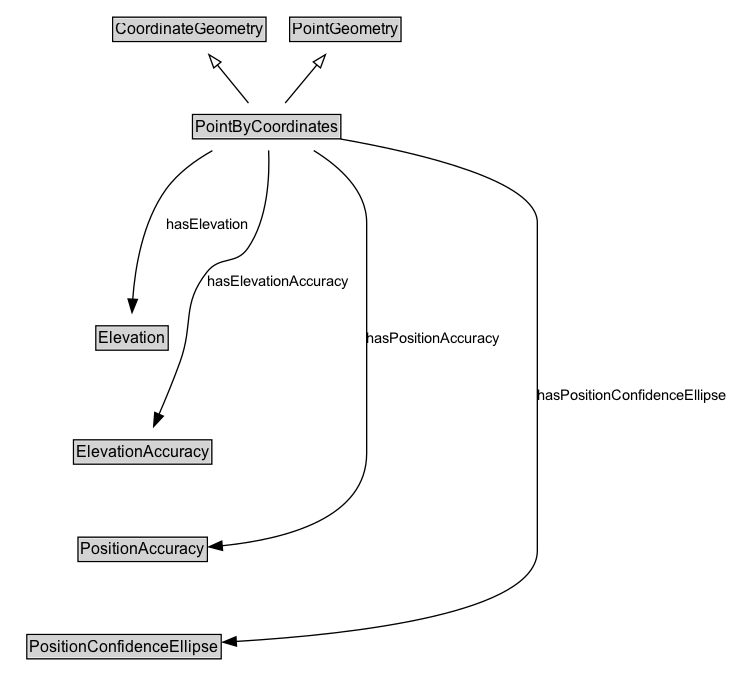
Above: docs/diagrams/PointByCoordinates.dot.png in ISO-TC204/ontology-its-location-v1 (Graphviz), before the change. Its source is kept beside it as docs/diagrams/PointByCoordinates.dot. Source of this version:
```dot
digraph {
	graph [overlap=false rankdir=TB splines=true]
	node [fontname=Arial fontsize=12 margin=0 shape=none]
	edge [fontname=Arial fontsize=11]
	{
		rank=source
		CoordinateGeometry [label=<<TABLE BORDER="1" CELLBORDER="0" CELLSPACING="0" CELLPADDING="1"><TR><TD BGCOLOR="lightgray" ALIGN="CENTER">CoordinateGeometry</TD></TR></TABLE>> URL="../CoordinateGeometry" margin=0]
		PointGeometry [label=<<TABLE BORDER="1" CELLBORDER="0" CELLSPACING="0" CELLPADDING="1"><TR><TD BGCOLOR="lightgray" ALIGN="CENTER">PointGeometry</TD></TR></TABLE>> URL="../PointGeometry" margin=0]
	}
	PointByCoordinates [label=<<TABLE BORDER="1" CELLBORDER="0" CELLSPACING="0" CELLPADDING="1"><TR><TD BGCOLOR="lightgray" ALIGN="CENTER">PointByCoordinates</TD></TR></TABLE>> URL="../PointByCoordinates" margin=0]
	{
		rank=max
	}
	subgraph cluster_associated {
		label="" style=invis
		Invis [label=<<TABLE BORDER="0" CELLBORDER="0" CELLSPACING="0" CELLPADDING="1"><TR><TD></TD></TR></TABLE>> margin=0 style=invis]
		Elevation [label=<<TABLE BORDER="1" CELLBORDER="0" CELLSPACING="0" CELLPADDING="1"><TR><TD BGCOLOR="lightgray" ALIGN="CENTER">Elevation</TD></TR></TABLE>> URL="../Elevation" margin=0]
		ElevationAccuracy [label=<<TABLE BORDER="1" CELLBORDER="0" CELLSPACING="0" CELLPADDING="1"><TR><TD BGCOLOR="lightgray" ALIGN="CENTER">ElevationAccuracy</TD></TR></TABLE>> URL="../ElevationAccuracy" margin=0]
		PositionAccuracy [label=<<TABLE BORDER="1" CELLBORDER="0" CELLSPACING="0" CELLPADDING="1"><TR><TD BGCOLOR="lightgray" ALIGN="CENTER">PositionAccuracy</TD></TR></TABLE>> URL="../PositionAccuracy" margin=0]
		PositionConfidenceEllipse [label=<<TABLE BORDER="1" CELLBORDER="0" CELLSPACING="0" CELLPADDING="1"><TR><TD BGCOLOR="lightgray" ALIGN="CENTER">PositionConfidenceEllipse</TD></TR></TABLE>> URL="../PositionConfidenceEllipse" margin=0]
	}
	PointByCoordinates -> CoordinateGeometry [arrowhead=onormal style=solid]
	PointByCoordinates -> PointGeometry [arrowhead=onormal style=solid]
	PointByCoordinates -> Invis [style=invis]
	Invis -> Elevation [style=invis]
	Elevation -> ElevationAccuracy [style=invis]
	ElevationAccuracy -> PositionAccuracy [style=invis]
	PositionAccuracy -> PositionConfidenceEllipse [style=invis]
	PositionAccuracy [label=<<TABLE BORDER="1" CELLBORDER="0" CELLSPACING="0" CELLPADDING="1"><TR><TD BGCOLOR="lightgray" ALIGN="CENTER">PositionAccuracy</TD></TR></TABLE>> URL="../PositionAccuracy" margin=0]
	PointByCoordinates -> PositionAccuracy [label=hasPositionAccuracy arrowhead=normal style=solid]
	PositionConfidenceEllipse [label=<<TABLE BORDER="1" CELLBORDER="0" CELLSPACING="0" CELLPADDING="1"><TR><TD BGCOLOR="lightgray" ALIGN="CENTER">PositionConfidenceEllipse</TD></TR></TABLE>> URL="../PositionConfidenceEllipse" margin=0]
	PointByCoordinates -> PositionConfidenceEllipse [label=hasPositionConfidenceEllipse arrowhead=normal style=solid]
	Elevation [label=<<TABLE BORDER="1" CELLBORDER="0" CELLSPACING="0" CELLPADDING="1"><TR><TD BGCOLOR="lightgray" ALIGN="CENTER">Elevation</TD></TR></TABLE>> URL="../Elevation" margin=0]
	PointByCoordinates -> Elevation [label=hasElevation arrowhead=normal style=solid]
	ElevationAccuracy [label=<<TABLE BORDER="1" CELLBORDER="0" CELLSPACING="0" CELLPADDING="1"><TR><TD BGCOLOR="lightgray" ALIGN="CENTER">ElevationAccuracy</TD></TR></TABLE>> URL="../ElevationAccuracy" margin=0]
	PointByCoordinates -> ElevationAccuracy [label=hasElevationAccuracy arrowhead=normal style=solid]
}
```
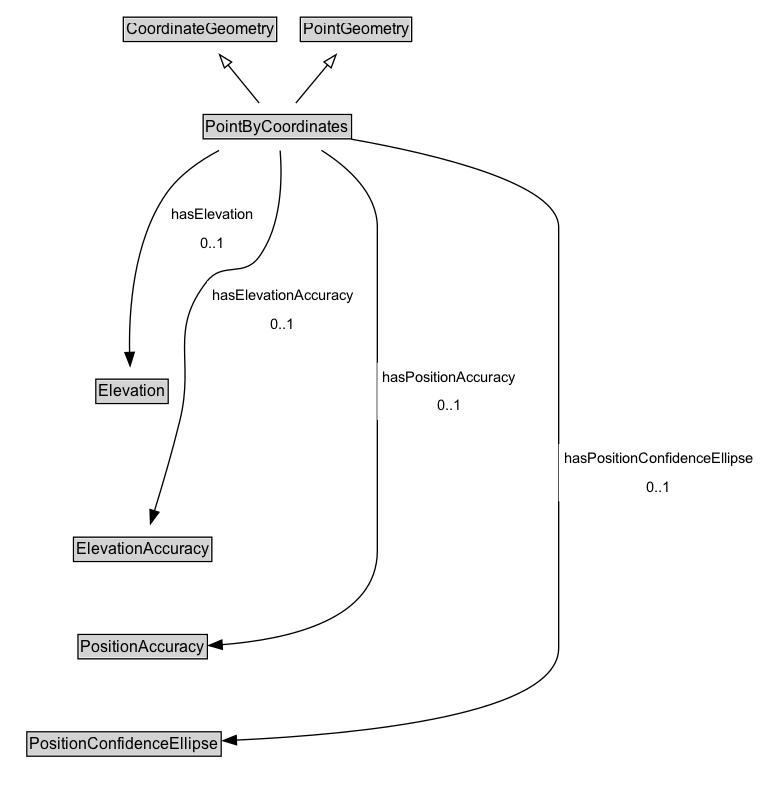
After the commit.

The edit, as a diff of the source:
```diff
@@ -27,11 +27,11 @@
 	ElevationAccuracy -> PositionAccuracy [style=invis]
 	PositionAccuracy -> PositionConfidenceEllipse [style=invis]
 	PositionAccuracy [label=<<TABLE BORDER="1" CELLBORDER="0" CELLSPACING="0" CELLPADDING="1"><TR><TD BGCOLOR="lightgray" ALIGN="CENTER">PositionAccuracy</TD></TR></TABLE>> URL="../PositionAccuracy" margin=0]
-	PointByCoordinates -> PositionAccuracy [label=hasPositionAccuracy arrowhead=normal style=solid]
+	PointByCoordinates -> PositionAccuracy [label=<<TABLE BORDER="0" CELLBORDER="0" CELLSPACING="0" CELLPADDING="4" BGCOLOR="white"><TR><TD ALIGN="CENTER">hasPositionAccuracy</TD></TR><TR><TD ALIGN="CENTER">0..1</TD></TR></TABLE>> arrowhead=normal style=solid]
 	PositionConfidenceEllipse [label=<<TABLE BORDER="1" CELLBORDER="0" CELLSPACING="0" CELLPADDING="1"><TR><TD BGCOLOR="lightgray" ALIGN="CENTER">PositionConfidenceEllipse</TD></TR></TABLE>> URL="../PositionConfidenceEllipse" margin=0]
-	PointByCoordinates -> PositionConfidenceEllipse [label=hasPositionConfidenceEllipse arrowhead=normal style=solid]
+	PointByCoordinates -> PositionConfidenceEllipse [label=<<TABLE BORDER="0" CELLBORDER="0" CELLSPACING="0" CELLPADDING="4" BGCOLOR="white"><TR><TD ALIGN="CENTER">hasPositionConfidenceEllipse</TD></TR><TR><TD ALIGN="CENTER">0..1</TD></TR></TABLE>> arrowhead=normal style=solid]
 	Elevation [label=<<TABLE BORDER="1" CELLBORDER="0" CELLSPACING="0" CELLPADDING="1"><TR><TD BGCOLOR="lightgray" ALIGN="CENTER">Elevation</TD></TR></TABLE>> URL="../Elevation" margin=0]
-	PointByCoordinates -> Elevation [label=hasElevation arrowhead=normal style=solid]
+	PointByCoordinates -> Elevation [label=<<TABLE BORDER="0" CELLBORDER="0" CELLSPACING="0" CELLPADDING="4" BGCOLOR="white"><TR><TD ALIGN="CENTER">hasElevation</TD></TR><TR><TD ALIGN="CENTER">0..1</TD></TR></TABLE>> arrowhead=normal style=solid]
 	ElevationAccuracy [label=<<TABLE BORDER="1" CELLBORDER="0" CELLSPACING="0" CELLPADDING="1"><TR><TD BGCOLOR="lightgray" ALIGN="CENTER">ElevationAccuracy</TD></TR></TABLE>> URL="../ElevationAccuracy" margin=0]
-	PointByCoordinates -> ElevationAccuracy [label=hasElevationAccuracy arrowhead=normal style=solid]
+	PointByCoordinates -> ElevationAccuracy [label=<<TABLE BORDER="0" CELLBORDER="0" CELLSPACING="0" CELLPADDING="4" BGCOLOR="white"><TR><TD ALIGN="CENTER">hasElevationAccuracy</TD></TR><TR><TD ALIGN="CENTER">0..1</TD></TR></TABLE>> arrowhead=normal style=solid]
 }
```
